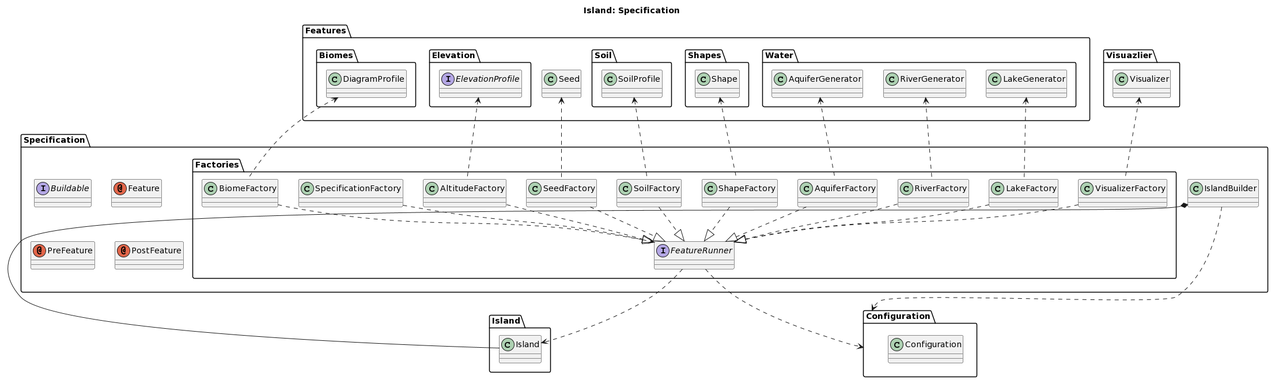
The PlantUML diagram umlDiagrams/A3/IndividualPackages/Specification/island_spec.png in itshady/Island-Generator, before a commit. Source of this version:
```plantuml
@startuml
title Island: Specification

package Specification {

  interface Buildable
  annotation Feature
  annotation PreFeature
  annotation PostFeature
  class IslandBuilder

  package Factories {

    interface FeatureRunner
    class AltitudeFactory
    class AquiferFactory
    class BiomeFactory
    class LakeFactory
    class RiverFactory
    class ShapeFactory
    class SoilFactory
    class SeedFactory
    class SpecificationFactory
    class VisualizerFactory

  }

}

package Island {

  class Island

}

package Configuration {

  class Configuration

}

package Features {

  interface Elevation.ElevationProfile
  class Water.AquiferGenerator
  class Water.LakeGenerator
  class Biomes.DiagramProfile
  class Shapes.Shape
  class Soil.SoilProfile

}

IslandBuilder *-- Island.Island
IslandBuilder ..> Configuration

FeatureRunner ..> Island.Island
FeatureRunner ..> Configuration

AltitudeFactory ..|> FeatureRunner
AltitudeFactory .up.> Features.Elevation.ElevationProfile

AquiferFactory ..|> FeatureRunner
AquiferFactory .up.> Features.Water.AquiferGenerator

BiomeFactory ..|> FeatureRunner
BiomeFactory .up.> Features.Biomes.DiagramProfile

LakeFactory ..|> FeatureRunner
LakeFactory .up.> Features.Water.LakeGenerator

RiverFactory ..|> FeatureRunner
RiverFactory .up.> Features.Water.RiverGenerator

ShapeFactory ..|> FeatureRunner
ShapeFactory .up.> Features.Shapes.Shape

SoilFactory ..|> FeatureRunner
SoilFactory .up.> Features.Soil.SoilProfile

SeedFactory ..|> FeatureRunner
SeedFactory .up.> Features.Seed

VisualizerFactory ..|> FeatureRunner
VisualizerFactory .up.> Visuazlier.Visualizer


SpecificationFactory ..> FeatureRunner
@enduml
```
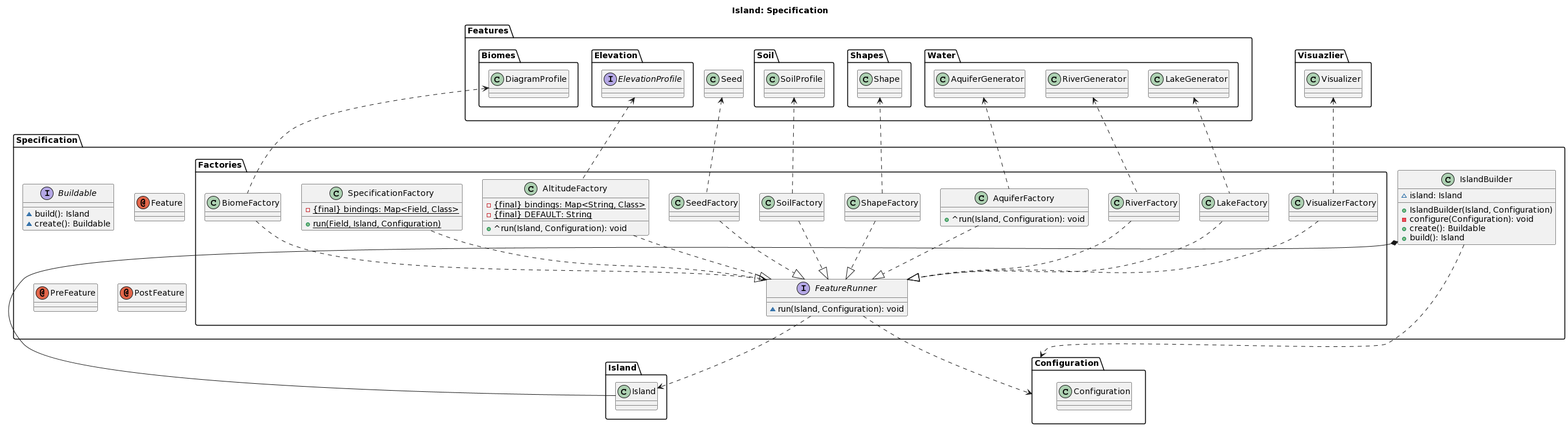
After the change.

What changed in the source:
```diff
@@ -3,24 +3,44 @@
 
 package Specification {
 
-  interface Buildable
+  interface Buildable {
+    ~build(): Island
+    ~create(): Buildable
+  }
   annotation Feature
   annotation PreFeature
   annotation PostFeature
-  class IslandBuilder
+  class IslandBuilder {
+    ~island: Island
+    +IslandBuilder(Island, Configuration)
+    -configure(Configuration): void
+    +create(): Buildable
+    +build(): Island
+  }
 
   package Factories {
 
-    interface FeatureRunner
-    class AltitudeFactory
-    class AquiferFactory
-    class BiomeFactory
+    interface FeatureRunner {
+      ~run(Island, Configuration): void
+    }
+    class AltitudeFactory {
+      -{static}{final} bindings: Map<String, Class>
+      -{static}{final} DEFAULT: String
+      +^run(Island, Configuration): void
+    }
+    class AquiferFactory {
+      +^run(Island, Configuration): void
+    }
+    class BiomeFactory {}
     class LakeFactory
     class RiverFactory
     class ShapeFactory
     class SoilFactory
     class SeedFactory
-    class SpecificationFactory
+    class SpecificationFactory {
+      -{static}{final} bindings: Map<Field, Class>
+      +{static} run(Field, Island, Configuration)
+    }
     class VisualizerFactory
 
   }
```
